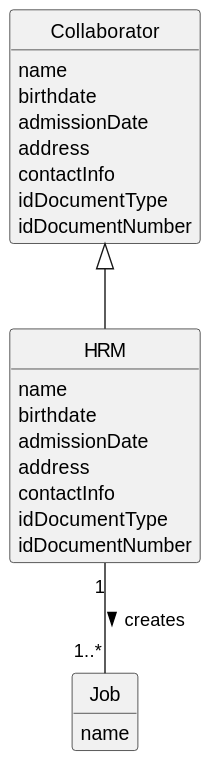
Before: docs/sprintA/us002/02.analysis/svg/us002-domain-model.svg, a diagram exported from PlantUML (diogoveirospro/lei-24-s2-1dg-g072).
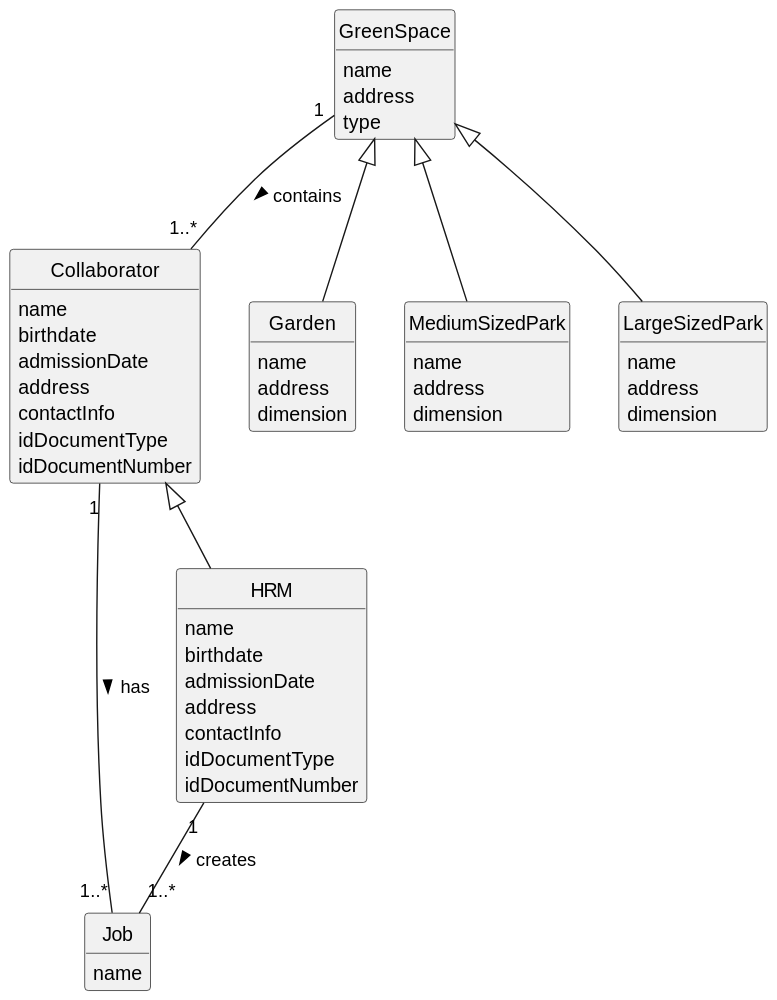
After the change.

Commit message:
Changes to the domain models of US002 and US005.

What changed in the source:
```diff
@@ -34,8 +34,35 @@
    idDocumentNumber
 }
 
+class GreenSpace {
+    name
+    address
+    type
+}
 
+class Garden {
+    name
+    address
+    dimension
+}
+
+class MediumSizedPark {
+    name
+    address
+    dimension
+}
+
+class LargeSizedPark {
+    name
+    address
+    dimension
+}
 
 HRM "1" -- "1..*" Job : creates >
+Collaborator "1" - "1..*" Job : has >
 Collaborator <|-- HRM
+GreenSpace "1" -- "1..*" Collaborator: contains >
+GreenSpace <|-- Garden
+GreenSpace <|-- MediumSizedPark
+GreenSpace <|-- LargeSizedPark
 @enduml
```
